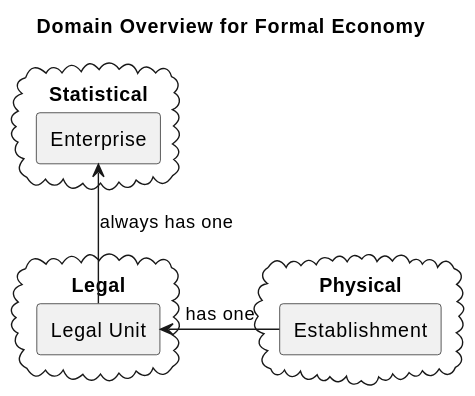
Earlier version of the PlantUML export doc/diagrams/domains-formal.svg (statisticsnorway/statbus).
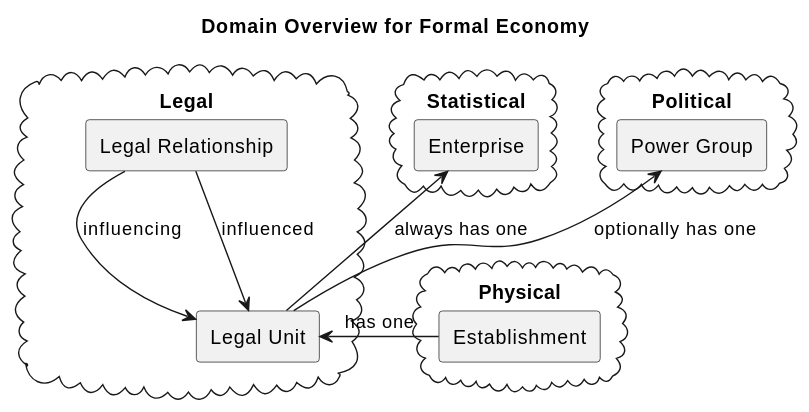
The same diagram one commit later.

Commit message:
doc: Add power group design document and naming rationale

What changed in the source:
```diff
@@ -1,18 +1,27 @@
 @startuml
 title Domain Overview for Formal Economy
+
+cloud "Physical" {
+  rectangle "Establishment" AS ES
+}
+
+cloud "Legal" {
+  rectangle "Legal Unit" AS LU
+  rectangle "Legal Relationship" AS LR
+}
 
 cloud "Statistical" {
   rectangle "Enterprise" AS EN
 }
 
-cloud "Legal" {
-  rectangle "Legal Unit" AS LU
+cloud "Political" {
+  rectangle "Power Group" AS PG
 }
 
-cloud "Physical" {
-  rectangle "Establishment" AS ES
-}
 
 LU -up-> EN : always has one
+LU -up-> PG : optionally has one
+LR -down-> LU : influencing
+LR -down-> LU : influenced
 ES -left-> LU : has one
 @enduml
```
